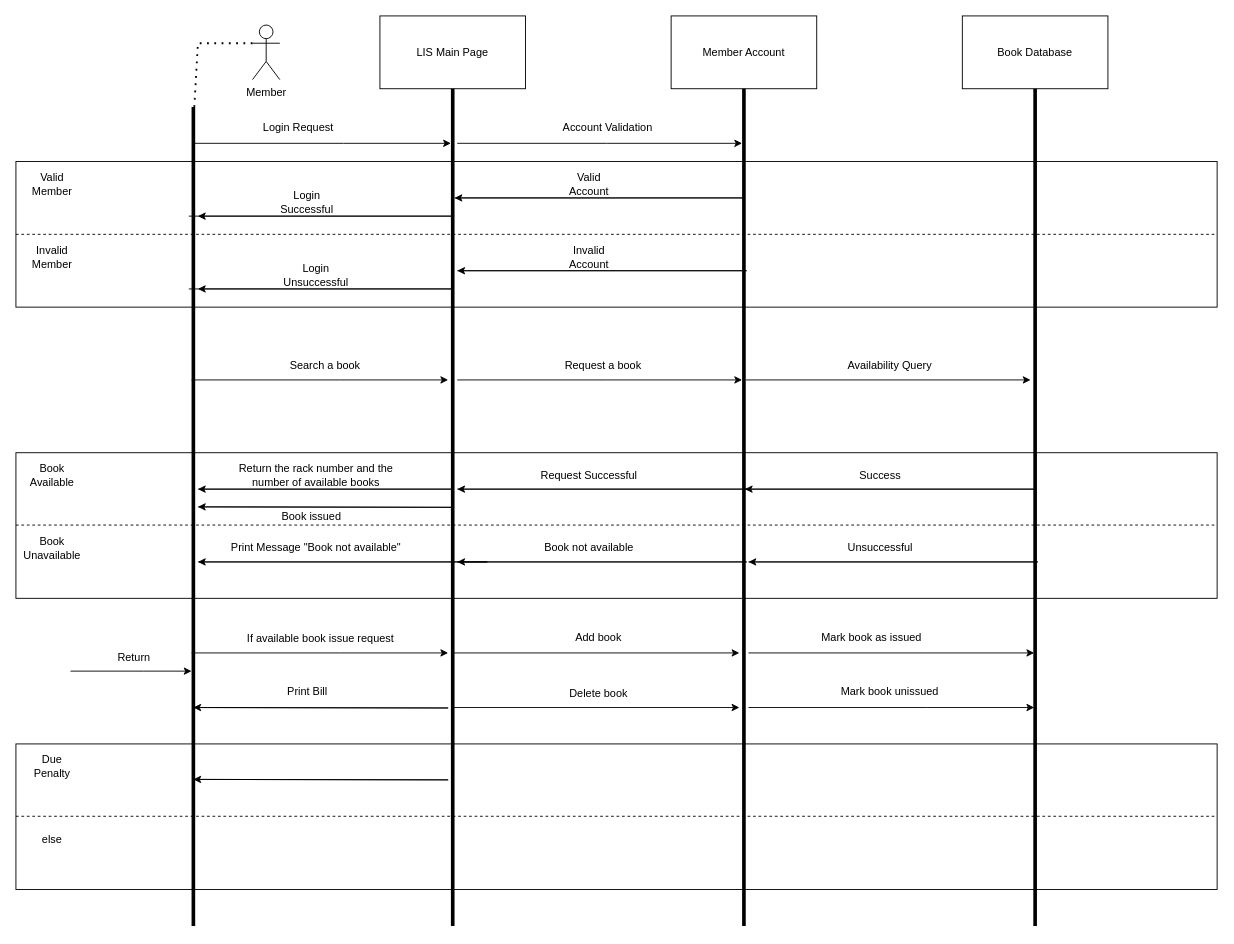
Earlier version of the draw.io diagram LIS-seq.drawio (amRohitKumar/software-lab). Source tidied: cells renumbered, new cells numbered last; positions are measured from the earlier drawing's top-left corner, leaving out a move shared by most shapes. Both pictures are drawn from the tidied source at 91%, with x=0, y=0 at pixel (15, 15).
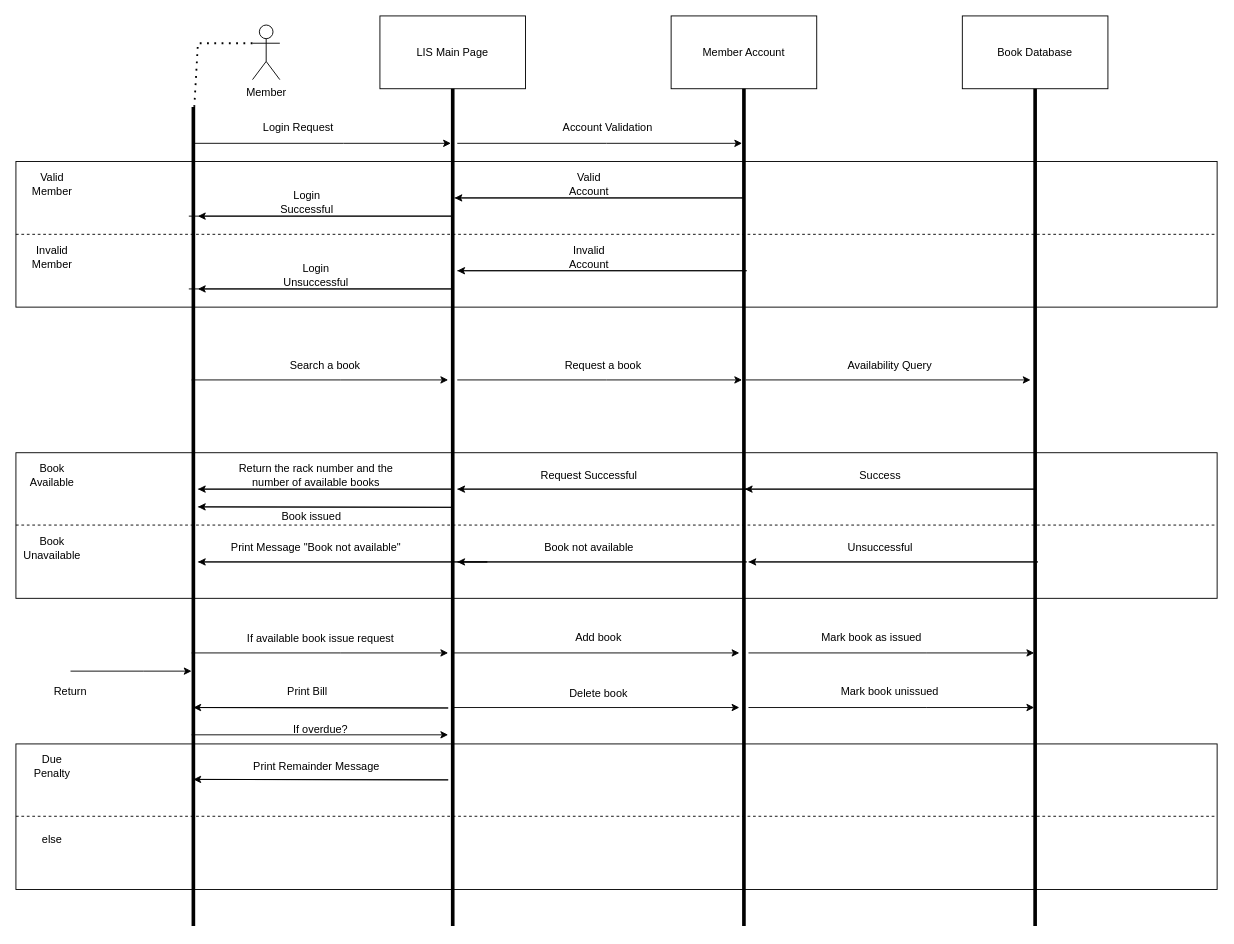
The same page after the edit.

What changed in the source:
```diff
@@
     <mxCell id="57" value="Return" style="text;html=1;strokeColor=none;fillColor=none;align=center;verticalAlign=middle;whiteSpace=wrap;rounded=0;" parent="1" vertex="1">
-      <mxGeometry x="100" y="690" width="60" height="30" as="geometry" />
+      <mxGeometry x="30" y="728" width="60" height="30" as="geometry" />
     </mxCell>
@@
+    <mxCell id="71" value="Print Remainder Message" style="text;html=1;strokeColor=none;fillColor=none;align=center;verticalAlign=middle;whiteSpace=wrap;rounded=0;" parent="1" vertex="1">
+      <mxGeometry x="252.5" y="810" width="155" height="30" as="geometry" />
+    </mxCell>
+    <mxCell id="72" style="endArrow=classic;html=1;rounded=0;" parent="1" edge="1">
+      <mxGeometry relative="1" as="geometry">
+        <mxPoint x="193" y="790" as="sourcePoint" />
+        <mxPoint x="475" y="790" as="targetPoint" />
+        <Array as="points">
+          <mxPoint x="357" y="790" />
+        </Array>
+      </mxGeometry>
+    </mxCell>
+    <mxCell id="73" value="If overdue?" style="text;html=1;strokeColor=none;fillColor=none;align=center;verticalAlign=middle;whiteSpace=wrap;rounded=0;" parent="1" vertex="1">
+      <mxGeometry x="295" y="770" width="80" height="30" as="geometry" />
+    </mxCell>
```
